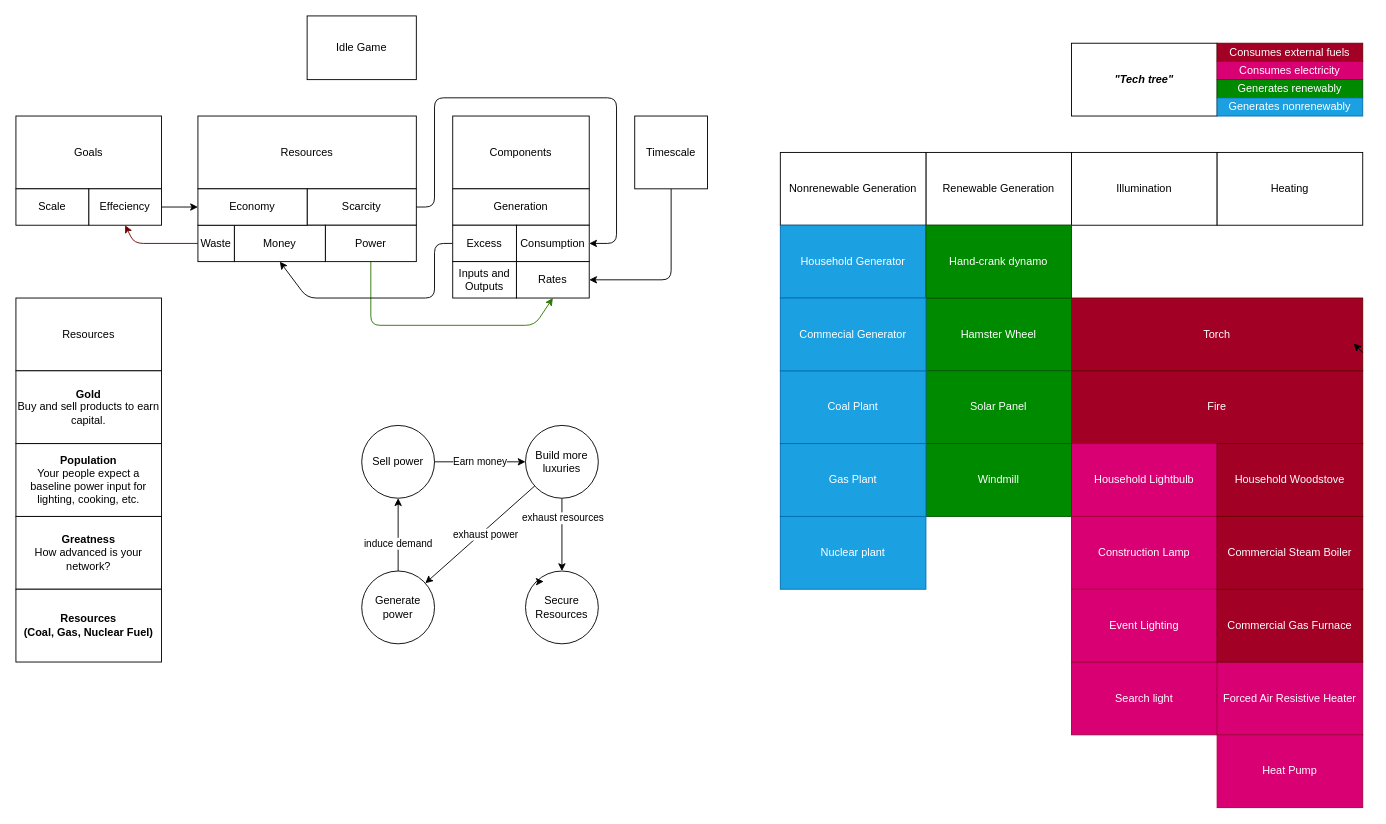
Earlier version of the draw.io diagram src/pages/Toys/Idle/Helpers/IdleGame.drawio (StinkyDubeau/dubeau-dot-org). Source tidied: cells renumbered, new cells numbered last; positions are measured from the earlier drawing's top-left corner, leaving out a move shared by most shapes. Both pictures are drawn from the tidied source at 91%, with x=0, y=0 at pixel (15, 15).
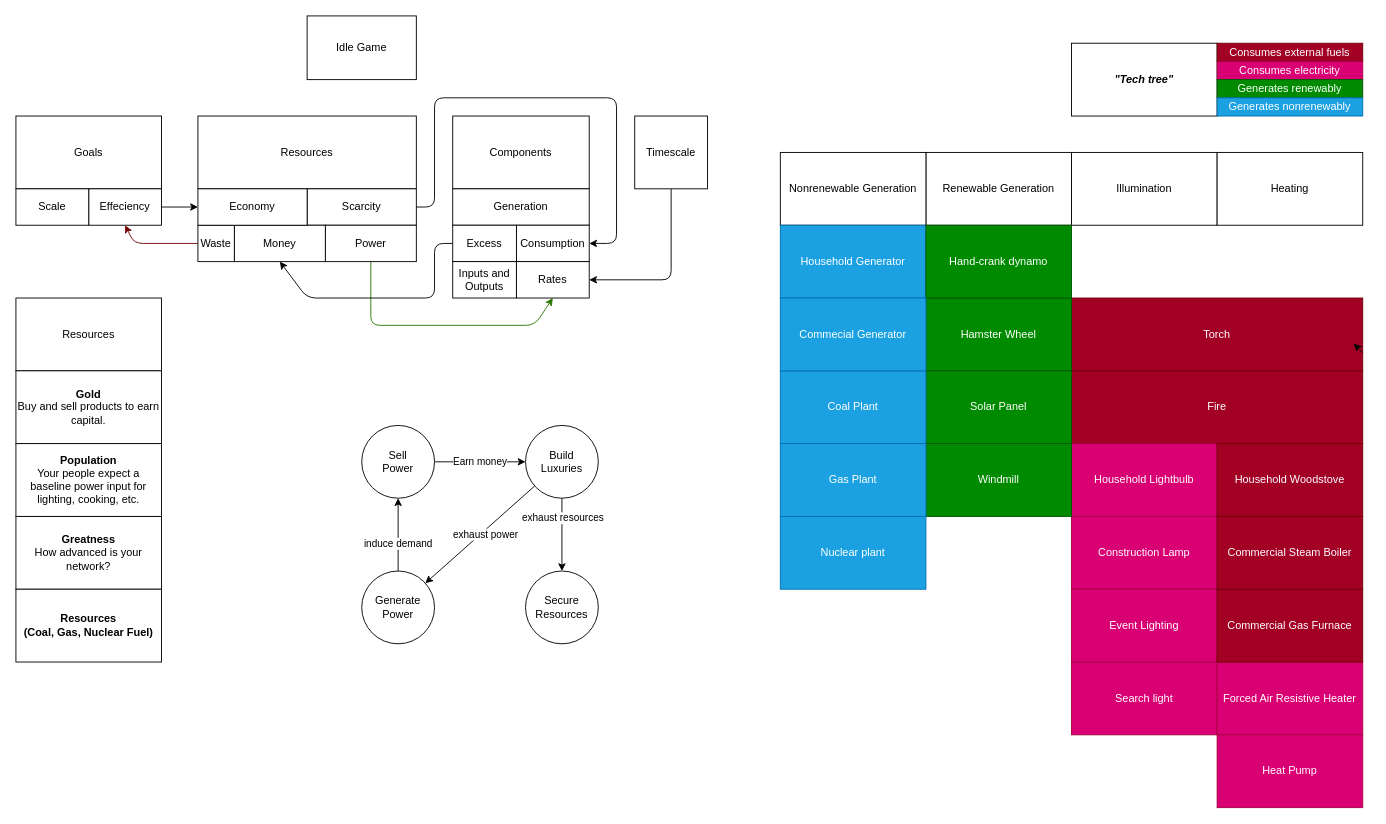
After the change.

Commit message (it also covers changes not shown here):
Finalize yesterdays idle game plans

The change refers to these unchanged cells:
```xml
<mxCell id="39" value="Secure&lt;div&gt;Resources&lt;/div&gt;" style="ellipse;whiteSpace=wrap;html=1;" parent="1" vertex="1">
  <mxGeometry x="560" y="610" width="80" height="80" as="geometry" />
</mxCell>
```

Change to the diagram source:
```diff
@@
-    <mxCell id="31" value="Sell power" style="ellipse;whiteSpace=wrap;html=1;" parent="1" vertex="1">
+    <mxCell id="31" value="Sell&lt;div&gt;Power&lt;/div&gt;" style="ellipse;whiteSpace=wrap;html=1;" parent="1" vertex="1">
       <mxGeometry x="380" y="450" width="80" height="80" as="geometry" />
     </mxCell>
@@
-    <mxCell id="36" value="Build more luxuries" style="ellipse;whiteSpace=wrap;html=1;" parent="1" vertex="1">
+    <mxCell id="36" value="Build&lt;div&gt;Luxuries&lt;/div&gt;" style="ellipse;whiteSpace=wrap;html=1;" parent="1" vertex="1">
       <mxGeometry x="560" y="450" width="80" height="80" as="geometry" />
     </mxCell>
@@
-    <mxCell id="38" value="Generate power" style="ellipse;whiteSpace=wrap;html=1;" parent="1" vertex="1">
+    <mxCell id="38" value="Generate&lt;div&gt;Power&lt;/div&gt;" style="ellipse;whiteSpace=wrap;html=1;" parent="1" vertex="1">
       <mxGeometry x="380" y="610" width="80" height="80" as="geometry" />
     </mxCell>
@@
-    <mxCell id="70" style="edgeStyle=none;html=1;exitX=0;exitY=0;exitDx=0;exitDy=0;entryX=0.25;entryY=0.144;entryDx=0;entryDy=0;entryPerimeter=0;" parent="1" edge="1" source="39" target="39">
-      <mxGeometry relative="1" as="geometry" />
-    </mxCell>
```
